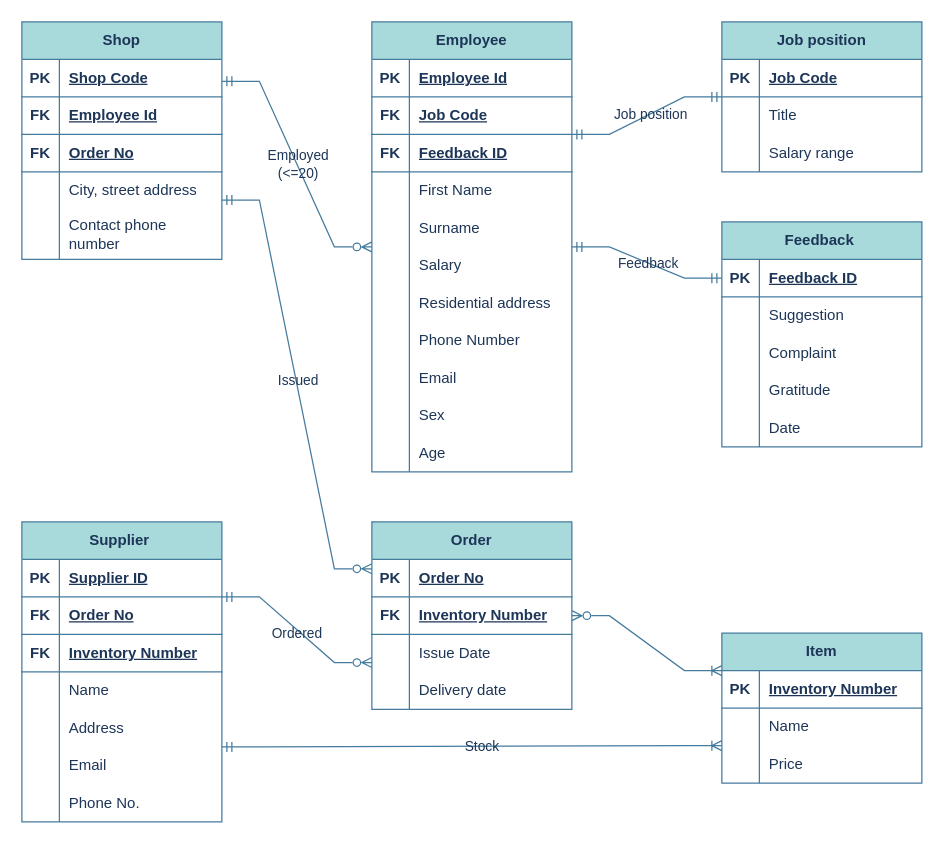
Above: Диаграмма без названия.drawio in Che10vec/temp (draw.io), before the change. Source tidied: cells renumbered, new cells numbered last; positions are measured from the earlier drawing's top-left corner, leaving out a move shared by most shapes. Both pictures are drawn from the tidied source at 125%, with x=0, y=0 at pixel (21, 21).
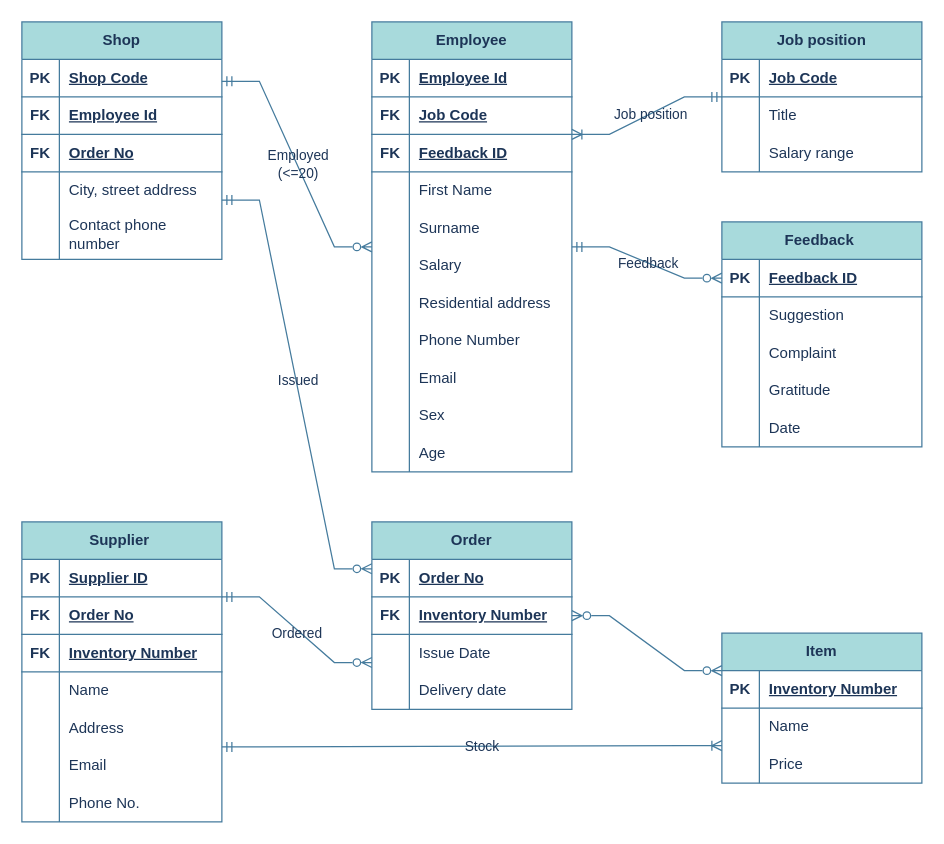
After the change.

Unchanged cells that the change refers to:
```xml
<mxCell id="18" value="Employee" style="shape=table;startSize=30;childLayout=tableLayout;rowLines=0;fontStyle=1;align=center;labelBackgroundColor=none;fillColor=#A8DADC;strokeColor=#457B9D;fontColor=#1D3557;whiteSpace=wrap;rounded=0;" parent="1" vertex="1">
  <mxGeometry x="280" width="160" height="360" as="geometry" />
</mxCell>
<mxCell id="52" value="Job position" style="shape=table;startSize=30;childLayout=tableLayout;rowLines=0;fontStyle=1;align=center;labelBackgroundColor=none;fillColor=#A8DADC;strokeColor=#457B9D;fontColor=#1D3557;whiteSpace=wrap;rounded=0;" parent="1" vertex="1">
  <mxGeometry x="560" width="160" height="120" as="geometry" />
</mxCell>
<mxCell id="62" value="Item" style="shape=table;startSize=30;childLayout=tableLayout;rowLines=0;fontStyle=1;align=center;labelBackgroundColor=none;fillColor=#A8DADC;strokeColor=#457B9D;fontColor=#1D3557;whiteSpace=wrap;rounded=0;" parent="1" vertex="1">
  <mxGeometry x="560" y="489" width="160" height="120" as="geometry" />
</mxCell>
<mxCell id="94" value="Order" style="shape=table;startSize=30;childLayout=tableLayout;rowLines=0;fontStyle=1;align=center;labelBackgroundColor=none;fillColor=#A8DADC;strokeColor=#457B9D;fontColor=#1D3557;whiteSpace=wrap;rounded=0;" parent="1" vertex="1">
  <mxGeometry x="280" y="400" width="160" height="150" as="geometry" />
</mxCell>
<mxCell id="117" value="Feedback " style="shape=table;startSize=30;childLayout=tableLayout;rowLines=0;fontStyle=1;align=center;labelBackgroundColor=none;fillColor=#A8DADC;strokeColor=#457B9D;fontColor=#1D3557;whiteSpace=wrap;rounded=0;" parent="1" vertex="1">
  <mxGeometry x="560" y="160" width="160" height="180" as="geometry" />
</mxCell>
```

Change to the diagram source:
```diff
@@
-    <mxCell id="115" style="edgeStyle=entityRelationEdgeStyle;fontSize=12;html=1;endArrow=ERmandOne;startArrow=ERmandOne;rounded=0;exitX=1;exitY=0.25;exitDx=0;exitDy=0;labelBackgroundColor=none;strokeColor=#457B9D;fontColor=default;" parent="1" edge="1" source="18" target="52">
+    <mxCell id="115" style="edgeStyle=entityRelationEdgeStyle;fontSize=12;html=1;endArrow=ERmandOne;startArrow=ERoneToMany;rounded=0;exitX=1;exitY=0.25;exitDx=0;exitDy=0;labelBackgroundColor=none;strokeColor=#457B9D;fontColor=default;startFill=0;" parent="1" edge="1" source="18" target="52">
       <mxGeometry relative="1" as="geometry" />
     </mxCell>
@@
-    <mxCell id="133" style="edgeStyle=entityRelationEdgeStyle;fontSize=12;html=1;endArrow=ERmandOne;startArrow=ERmandOne;rounded=0;exitX=1;exitY=0.5;exitDx=0;exitDy=0;labelBackgroundColor=none;strokeColor=#457B9D;fontColor=default;entryX=0;entryY=0.25;entryDx=0;entryDy=0;" parent="1" edge="1" source="18" target="117">
+    <mxCell id="133" style="edgeStyle=entityRelationEdgeStyle;fontSize=12;html=1;endArrow=ERzeroToMany;startArrow=ERmandOne;rounded=0;exitX=1;exitY=0.5;exitDx=0;exitDy=0;labelBackgroundColor=none;strokeColor=#457B9D;fontColor=default;entryX=0;entryY=0.25;entryDx=0;entryDy=0;endFill=0;" parent="1" edge="1" source="18" target="117">
       <mxGeometry relative="1" as="geometry" />
     </mxCell>
@@
-    <mxCell id="135" style="edgeStyle=entityRelationEdgeStyle;fontSize=12;html=1;endArrow=ERzeroToMany;startArrow=ERoneToMany;rounded=0;entryX=1;entryY=0.5;entryDx=0;entryDy=0;exitX=0;exitY=0.25;exitDx=0;exitDy=0;labelBackgroundColor=none;strokeColor=#457B9D;fontColor=default;startFill=0;endFill=0;" parent="1" edge="1" source="62" target="94">
+    <mxCell id="135" style="edgeStyle=entityRelationEdgeStyle;fontSize=12;html=1;endArrow=ERzeroToMany;startArrow=ERzeroToMany;rounded=0;entryX=1;entryY=0.5;entryDx=0;entryDy=0;exitX=0;exitY=0.25;exitDx=0;exitDy=0;labelBackgroundColor=none;strokeColor=#457B9D;fontColor=default;startFill=0;endFill=0;" parent="1" edge="1" source="62" target="94">
       <mxGeometry relative="1" as="geometry" />
     </mxCell>
```
